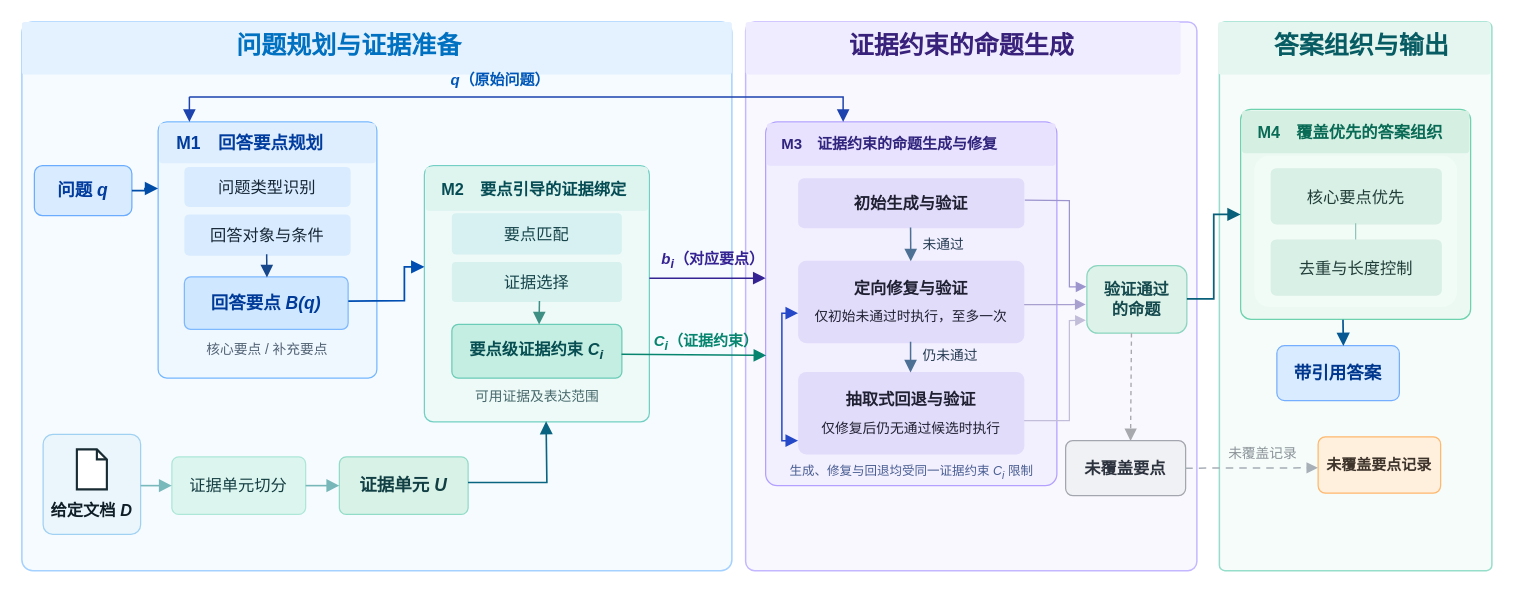
Before: 20261019方法框架图.drawio in handsome-tony/picture, a draw.io diagram. Source tidied: cells renumbered, new cells numbered last; positions are measured from the earlier drawing's top-left corner, leaving out a move shared by most shapes. Both pictures are drawn from the tidied source at 125%, with x=0, y=0 at pixel (21, 21).
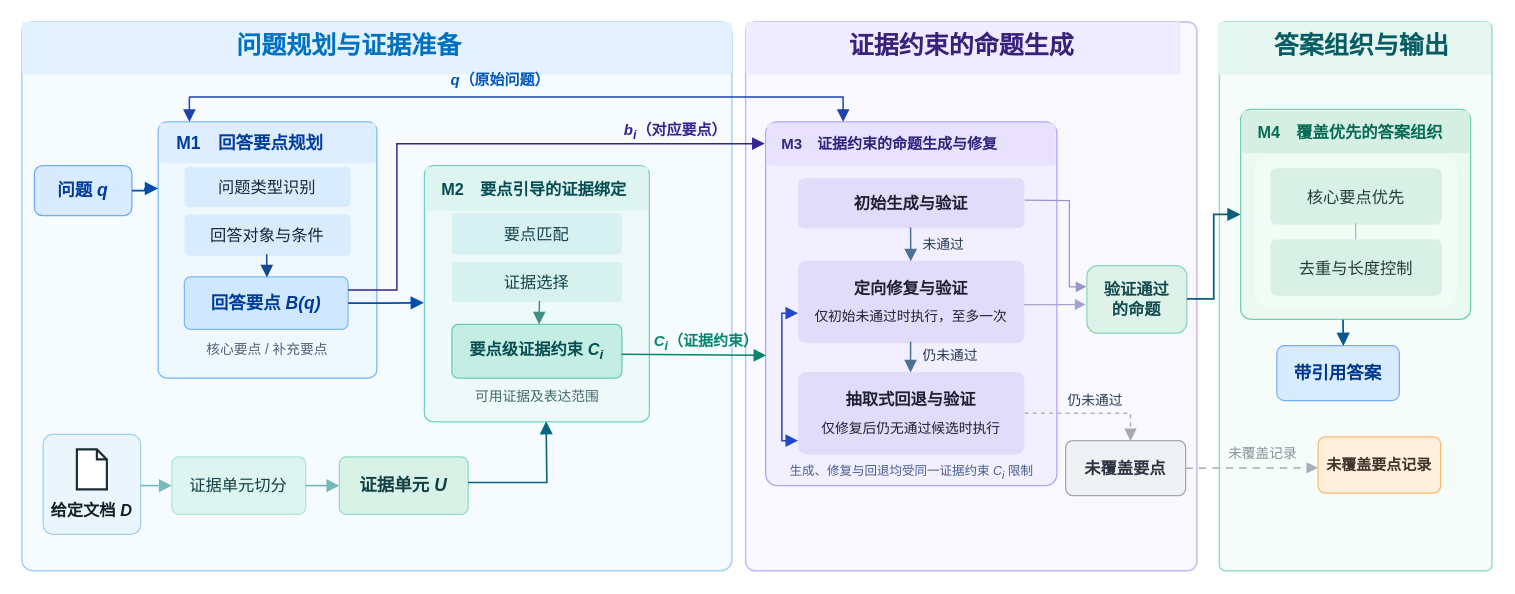
The same diagram, later.

Commit message (it also covers changes not shown here):
更新20261019方法框架图.drawio

Unchanged cells that the change refers to:
```xml
<mxCell id="12" value="回答要点 &lt;i&gt;B(q)&lt;/i&gt;" style="rounded=1;arcSize=12;whiteSpace=wrap;html=1;fillColor=#CFE8FF;strokeColor=#7EB9FF;strokeWidth=1;fontColor=#003A99;fontFamily=Microsoft YaHei;fontSize=14;fontStyle=1;" parent="1" vertex="1">
  <mxGeometry x="130" y="204" width="131" height="42" as="geometry" />
</mxCell>
<mxCell id="23" style="rounded=1;arcSize=4;whiteSpace=wrap;html=1;fillColor=#EDFAF7;strokeColor=#73CFC3;strokeWidth=1;" parent="1" vertex="1">
  <mxGeometry x="322" y="115" width="180" height="205" as="geometry" />
</mxCell>
<mxCell id="29" style="rounded=1;arcSize=4;whiteSpace=wrap;html=1;fillColor=#F2EFFF;strokeColor=#B3A0FF;strokeWidth=1;" parent="1" vertex="1">
  <mxGeometry x="595" y="80" width="233" height="291" as="geometry" />
</mxCell>
<mxCell id="33" value="&lt;div style=&quot;font-size:13px;font-weight:bold;&quot;&gt;抽取式回退与验证&lt;/div&gt;&lt;div style=&quot;font-size:11px;margin-top:8px;&quot;&gt;仅修复后仍无通过候选时执行&lt;/div&gt;" style="rounded=1;arcSize=10;whiteSpace=wrap;html=1;fillColor=#E1DCFA;strokeColor=none;fontColor=#202033;fontFamily=Microsoft YaHei;fontSize=12;spacing=5;" parent="1" vertex="1">
  <mxGeometry x="621" y="280" width="181" height="66" as="geometry" />
</mxCell>
<mxCell id="35" value="验证通过&lt;br&gt;的命题" style="rounded=1;arcSize=16;whiteSpace=wrap;html=1;fillColor=#DDF3E9;strokeColor=#8CD5BF;strokeWidth=1;fontColor=#154A4E;fontFamily=Microsoft YaHei;fontSize=13;fontStyle=1;" parent="1" vertex="1">
  <mxGeometry x="852" y="195" width="80" height="54" as="geometry" />
</mxCell>
<mxCell id="36" value="未覆盖要点" style="rounded=1;arcSize=13;whiteSpace=wrap;html=1;fillColor=#F0F1F4;strokeColor=#A3A6AE;strokeWidth=1;fontColor=#2D333E;fontFamily=Microsoft YaHei;fontSize=13;fontStyle=1;" parent="1" vertex="1">
  <mxGeometry x="835" y="335" width="96" height="44" as="geometry" />
</mxCell>
```

Change to the diagram source:
```diff
@@
-    <mxCell id="49" style="edgeStyle=none;rounded=0;html=1;endArrow=block;endFill=1;endSize=7;strokeColor=#004EB2;strokeWidth=1.4;entryX=0;entryY=0.395;entryDx=0;entryDy=0;entryPerimeter=0;exitX=1.001;exitY=0.463;exitDx=0;exitDy=0;exitPerimeter=0;" parent="1" edge="1" source="12" target="23">
-      <mxGeometry relative="1" as="geometry">
-        <Array as="points">
-          <mxPoint x="306" y="223" />
-          <mxPoint x="306" y="213" />
-          <mxPoint x="306" y="196" />
-        </Array>
-      </mxGeometry>
+    <mxCell id="49" style="edgeStyle=orthogonalEdgeStyle;rounded=0;html=1;endArrow=block;endFill=1;endSize=7;strokeColor=#004EB2;strokeWidth=1.4;entryX=-0.002;entryY=0.535;entryDx=0;entryDy=0;entryPerimeter=0;exitX=1;exitY=0.5;exitDx=0;exitDy=0;" parent="1" edge="1" source="12" target="23">
+      <mxGeometry relative="1" as="geometry" />
     </mxCell>
@@
-    <mxCell id="54" style="edgeStyle=none;rounded=0;html=1;endArrow=block;endFill=1;endSize=7;strokeColor=#352393;strokeWidth=1.2;" parent="1" edge="1">
+    <mxCell id="54" style="edgeStyle=orthogonalEdgeStyle;rounded=0;html=1;endArrow=block;endFill=1;endSize=7;strokeColor=#352393;strokeWidth=1.2;entryX=-0.003;entryY=0.06;entryDx=0;entryDy=0;entryPerimeter=0;exitX=1;exitY=0.25;exitDx=0;exitDy=0;" parent="1" edge="1" source="12" target="29">
       <mxGeometry relative="1" as="geometry">
-        <mxPoint x="502" y="205" as="sourcePoint" />
-        <mxPoint x="595" y="205" as="targetPoint" />
+        <Array as="points">
+          <mxPoint x="300" y="214.5" />
+          <mxPoint x="300" y="97.5" />
+        </Array>
       </mxGeometry>
     </mxCell>
@@
-    <mxCell id="64" style="edgeStyle=none;rounded=0;html=1;startArrow=none;startFill=0;endArrow=block;endFill=1;strokeColor=#C2BDD9;strokeWidth=1;exitX=0.999;exitY=0.59;exitDx=0;exitDy=0;exitPerimeter=0;entryX=-0.01;entryY=0.809;entryDx=0;entryDy=0;entryPerimeter=0;" parent="1" edge="1" source="33" target="35">
-      <mxGeometry relative="1" as="geometry">
-        <Array as="points">
-          <mxPoint x="838" y="319" />
-          <mxPoint x="838" y="239" />
-        </Array>
-      </mxGeometry>
-    </mxCell>
-    <mxCell id="65" style="edgeStyle=none;rounded=0;html=1;endArrow=block;endFill=1;endSize=7;strokeColor=#A7A9AF;strokeWidth=1.1;exitX=0.446;exitY=1.003;exitDx=0;exitDy=0;exitPerimeter=0;entryX=0.541;entryY=0.005;entryDx=0;entryDy=0;dashed=1;entryPerimeter=0;" parent="1" edge="1" source="35" target="36">
+    <mxCell id="65" style="edgeStyle=orthogonalEdgeStyle;rounded=0;html=1;endArrow=block;endFill=1;endSize=7;strokeColor=#A7A9AF;strokeWidth=1.1;exitX=1;exitY=0.5;exitDx=0;exitDy=0;entryX=0.541;entryY=0.005;entryDx=0;entryDy=0;dashed=1;entryPerimeter=0;" parent="1" edge="1" source="33" target="36">
       <mxGeometry relative="1" as="geometry" />
     </mxCell>
@@
     <mxCell id="72" value="&lt;span&gt;&lt;i style=&quot;forced-color-adjust: none; color: rgb(53, 35, 147); font-family: &amp;quot;Microsoft YaHei&amp;quot;; font-size: 12px; font-variant-ligatures: normal; font-variant-caps: normal; font-weight: 700; letter-spacing: normal; orphans: 2; text-align: center; text-indent: 0px; text-transform: none; widows: 2; word-spacing: 0px; -webkit-text-stroke-width: 0px; white-space: normal; text-decoration-thickness: initial; text-decoration-style: initial; text-decoration-color: initial;&quot;&gt;b&lt;sub style=&quot;forced-color-adjust: none;&quot;&gt;i&lt;/sub&gt;&lt;/i&gt;&lt;span style=&quot;color: rgb(53, 35, 147); font-family: &amp;quot;Microsoft YaHei&amp;quot;; font-size: 12px; font-style: normal; font-variant-ligatures: normal; font-variant-caps: normal; font-weight: 700; letter-spacing: normal; orphans: 2; text-align: center; text-indent: 0px; text-transform: none; widows: 2; word-spacing: 0px; -webkit-text-stroke-width: 0px; white-space: normal; text-decoration-thickness: initial; text-decoration-style: initial; text-decoration-color: initial; float: none; display: inline !important;&quot;&gt;（对应要点）&lt;/span&gt;&lt;/span&gt;" style="text;whiteSpace=wrap;html=1;fillColor=none;" parent="1" vertex="1">
-      <mxGeometry x="510" y="176" width="120" height="40" as="geometry" />
+      <mxGeometry x="480" y="73" width="120" height="20" as="geometry" />
     </mxCell>
@@
+    <mxCell id="76" value="仍未通过" style="text;html=1;whiteSpace=wrap;strokeColor=none;fillColor=none;align=left;verticalAlign=middle;fontFamily=Microsoft YaHei;fontSize=11;fontColor=#253B52;" parent="1" vertex="1">
+      <mxGeometry x="835" y="293" width="57" height="19" as="geometry" />
+    </mxCell>
```
